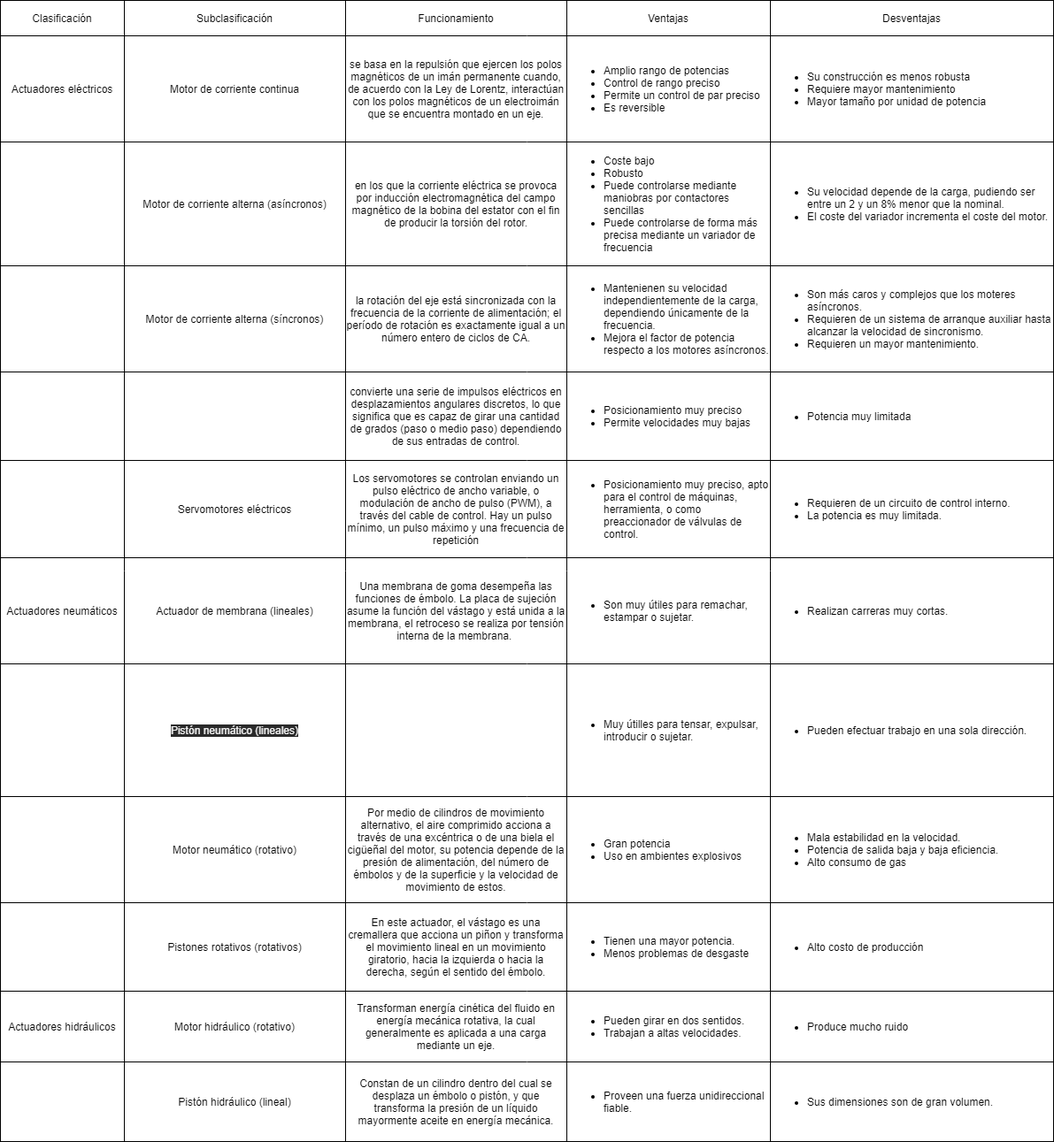
Earlier version of the draw.io export C-md/imagenes/C2.1/c2.1matriz.png (mich-iv/Sistemas-programables). Source tidied: cells renumbered, new cells last; positions are measured from the earlier drawing's top-left corner, leaving out a move shared by most shapes.
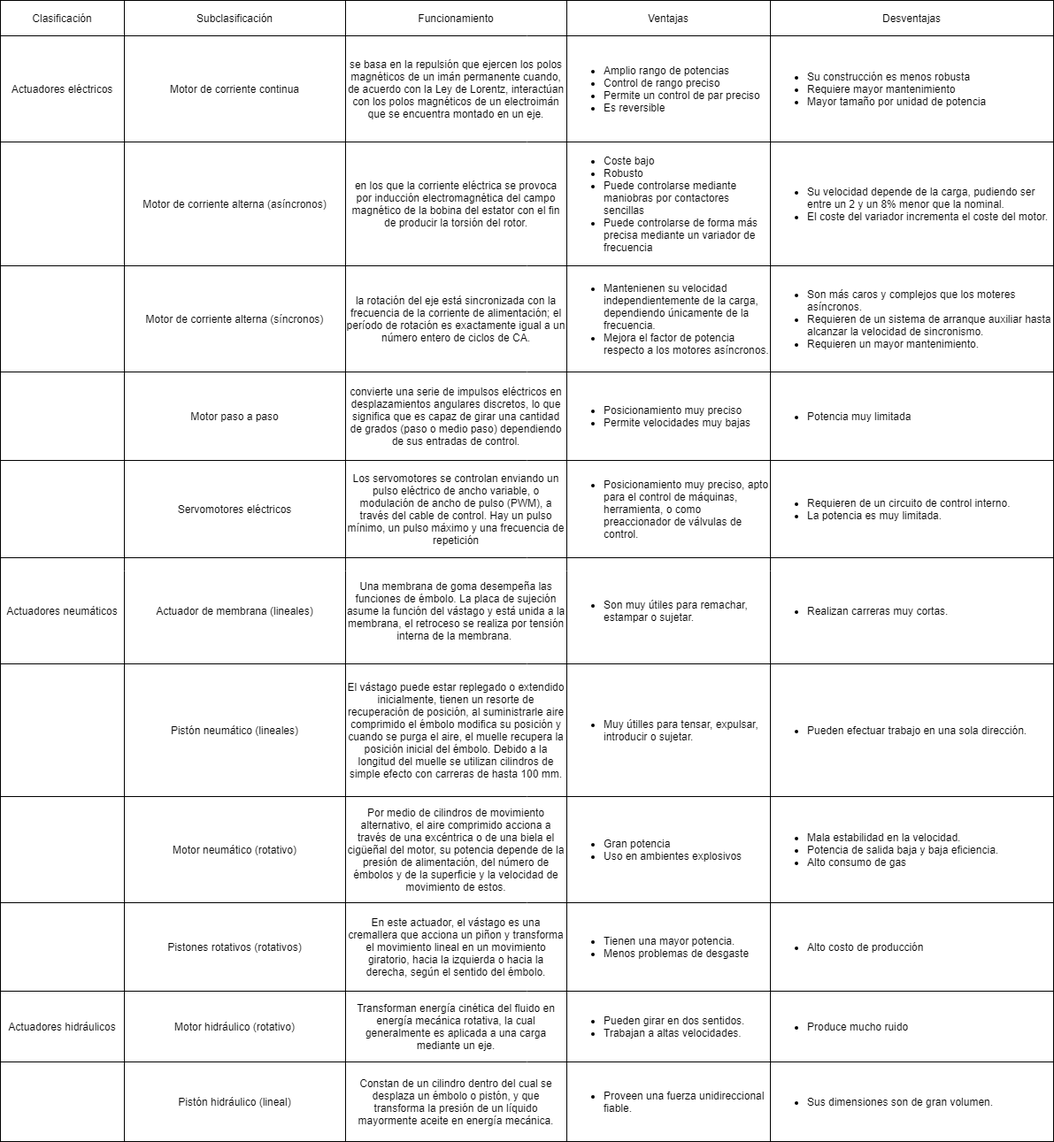
The same file after the commit.

Change to the diagram source:
```diff
@@ -2,7 +2,7 @@
   <root>
     <mxCell id="0" />
     <mxCell id="1" parent="0" />
-    <mxCell id="2" style="shape=table;whiteSpace=wrap;startSize=0;html=1;labelBackgroundColor=none;labelBorderColor=none;rounded=0;" parent="1" vertex="1">
+    <mxCell id="2" style="shape=table;whiteSpace=wrap;startSize=0;html=1;labelBackgroundColor=none;labelBorderColor=none;rounded=0;fillColor=none;" parent="1" vertex="1">
       <mxGeometry width="1190" height="1290" as="geometry" />
     </mxCell>
     <mxCell id="3" style="shape=partialRectangle;html=1;whiteSpace=wrap;fillColor=none;top=0;left=0;bottom=0;right=0;" parent="2" vertex="1">
@@ -83,7 +83,7 @@
     <mxCell id="28" style="shape=partialRectangle;html=1;whiteSpace=wrap;overflow=hidden;fillColor=none;top=0;left=0;bottom=0;right=0;" parent="27" vertex="1">
       <mxGeometry width="140" height="100" as="geometry" />
     </mxCell>
-    <mxCell id="29" value="&lt;span style=&quot;color: rgb(255 , 255 , 255)&quot;&gt;Motor paso a paso&lt;/span&gt;" style="shape=partialRectangle;html=1;whiteSpace=wrap;overflow=hidden;fillColor=none;top=0;left=0;bottom=0;right=0;" parent="27" vertex="1">
+    <mxCell id="29" value="&lt;p&gt;&lt;font color=&quot;#000000&quot;&gt;Motor paso a paso&lt;/font&gt;&lt;/p&gt;" style="shape=partialRectangle;html=1;whiteSpace=wrap;overflow=hidden;fillColor=none;top=0;left=0;bottom=0;right=0;" parent="27" vertex="1">
       <mxGeometry x="140" width="250" height="100" as="geometry" />
     </mxCell>
     <mxCell id="30" value="convierte una serie de impulsos eléctricos en desplazamientos angulares discretos, lo que significa que es capaz de girar una cantidad de grados (paso o medio paso) dependiendo de sus entradas de control." style="shape=partialRectangle;html=1;whiteSpace=wrap;overflow=hidden;fillColor=none;top=0;left=0;bottom=0;right=0;" parent="27" vertex="1">
@@ -137,10 +137,10 @@
     <mxCell id="46" style="shape=partialRectangle;html=1;whiteSpace=wrap;overflow=hidden;fillColor=none;top=0;left=0;bottom=0;right=0;" parent="45" vertex="1">
       <mxGeometry width="140" height="150" as="geometry" />
     </mxCell>
-    <mxCell id="47" value="&lt;span style=&quot;color: rgb(240 , 240 , 240) ; font-family: &amp;#34;helvetica&amp;#34; ; font-size: 12px ; font-style: normal ; font-weight: 400 ; letter-spacing: normal ; text-align: center ; text-indent: 0px ; text-transform: none ; word-spacing: 0px ; background-color: rgb(42 , 42 , 42) ; display: inline ; float: none&quot;&gt;Pistón neumático (lineales)&lt;/span&gt;&lt;br&gt;" style="shape=partialRectangle;html=1;whiteSpace=wrap;overflow=hidden;fillColor=none;top=0;left=0;bottom=0;right=0;" parent="45" vertex="1">
+    <mxCell id="47" value="&lt;span style=&quot;font-family: &amp;#34;helvetica&amp;#34; ; font-size: 12px ; font-style: normal ; font-weight: 400 ; letter-spacing: normal ; text-align: center ; text-indent: 0px ; text-transform: none ; word-spacing: 0px ; display: inline ; float: none&quot;&gt;&lt;font color=&quot;#000000&quot;&gt;Pistón neumático (lineales)&lt;/font&gt;&lt;/span&gt;" style="shape=partialRectangle;html=1;whiteSpace=wrap;overflow=hidden;fillColor=none;top=0;left=0;bottom=0;right=0;" parent="45" vertex="1">
       <mxGeometry x="140" width="250" height="150" as="geometry" />
     </mxCell>
-    <mxCell id="48" value="&lt;span style=&quot;color: rgb(255 , 255 , 255) ; font-family: &amp;#34;verdana&amp;#34; , &amp;#34;arial&amp;#34; , &amp;#34;helvetica&amp;#34; , sans-serif ; text-align: justify&quot;&gt;El vástago puede estar replegado o extendido inicialmente, tienen un resorte de recuperación de posición, al suministrarle aire comprimido el émbolo modifica su posición y cuando se purga el aire, el muelle recupera la posición inicial del émbolo. Debido a la longitud del muelle se utilizan cilindros de simple efecto con carreras de hasta 100 mm.&lt;/span&gt;" style="shape=partialRectangle;html=1;whiteSpace=wrap;overflow=hidden;fillColor=none;top=0;left=0;bottom=0;right=0;" parent="45" vertex="1">
+    <mxCell id="48" value="&lt;p&gt;&lt;font color=&quot;#000000&quot;&gt;El vástago puede estar replegado o extendido inicialmente, tienen un resorte de recuperación de posición, al suministrarle aire comprimido el émbolo modifica su posición y cuando se purga el aire, el muelle recupera la posición inicial del émbolo. Debido a la longitud del muelle se utilizan cilindros de simple efecto con carreras de hasta 100 mm.&lt;/font&gt;&lt;/p&gt;" style="shape=partialRectangle;html=1;whiteSpace=wrap;overflow=hidden;fillColor=none;top=0;left=0;bottom=0;right=0;align=center;" parent="45" vertex="1">
       <mxGeometry x="390" width="250" height="150" as="geometry" />
     </mxCell>
     <mxCell id="49" value="&lt;ul&gt;&lt;li&gt;Muy útilles para tensar, expulsar, introducir o sujetar.&lt;/li&gt;&lt;/ul&gt;" style="shape=partialRectangle;html=1;whiteSpace=wrap;overflow=hidden;fillColor=none;top=0;left=0;bottom=0;right=0;align=left;" parent="45" vertex="1">
```
